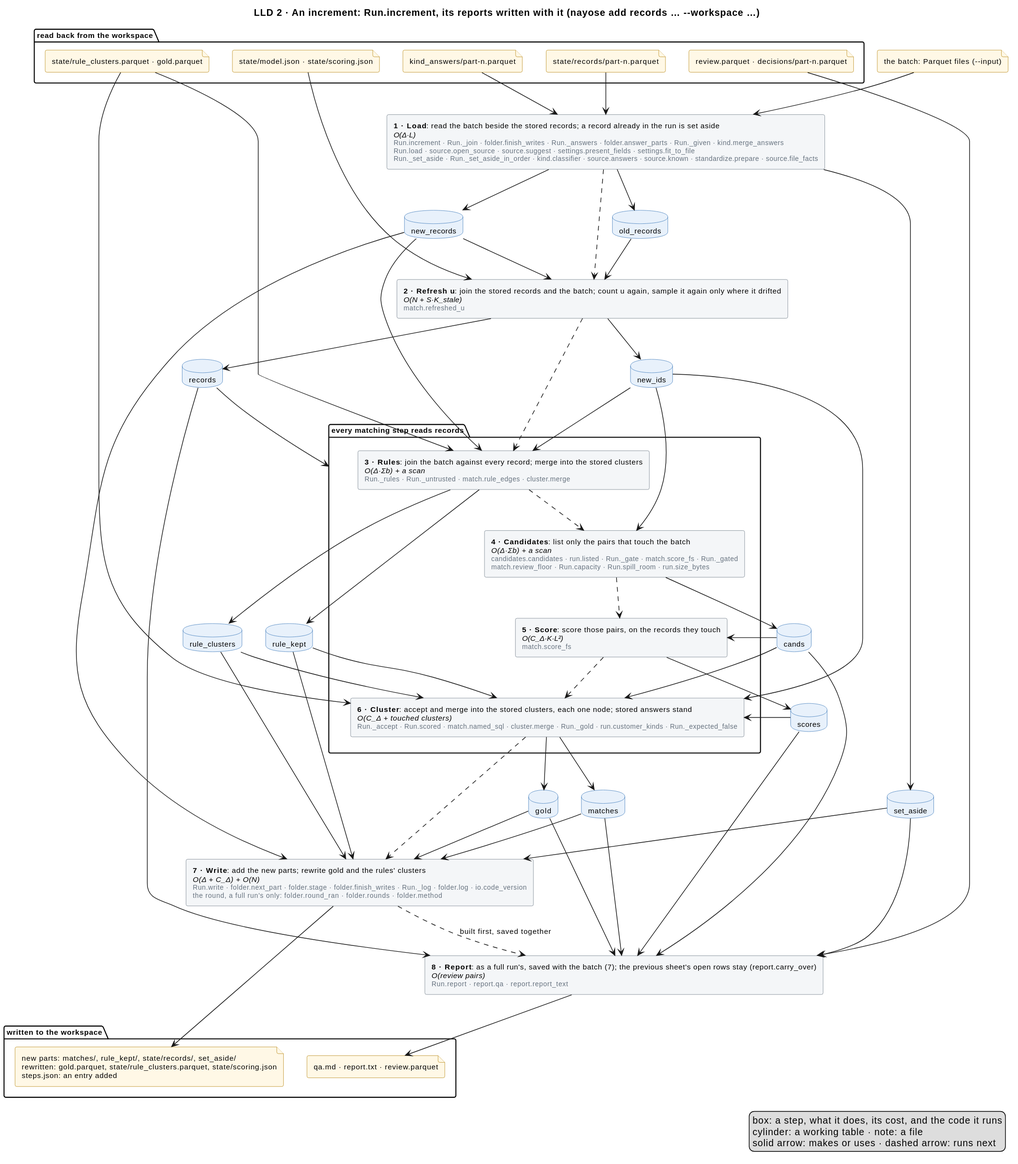
mvsbm/entity_matching keeps this PlantUML diagram as docs/diagrams/increment.svg. Above is the earlier version.
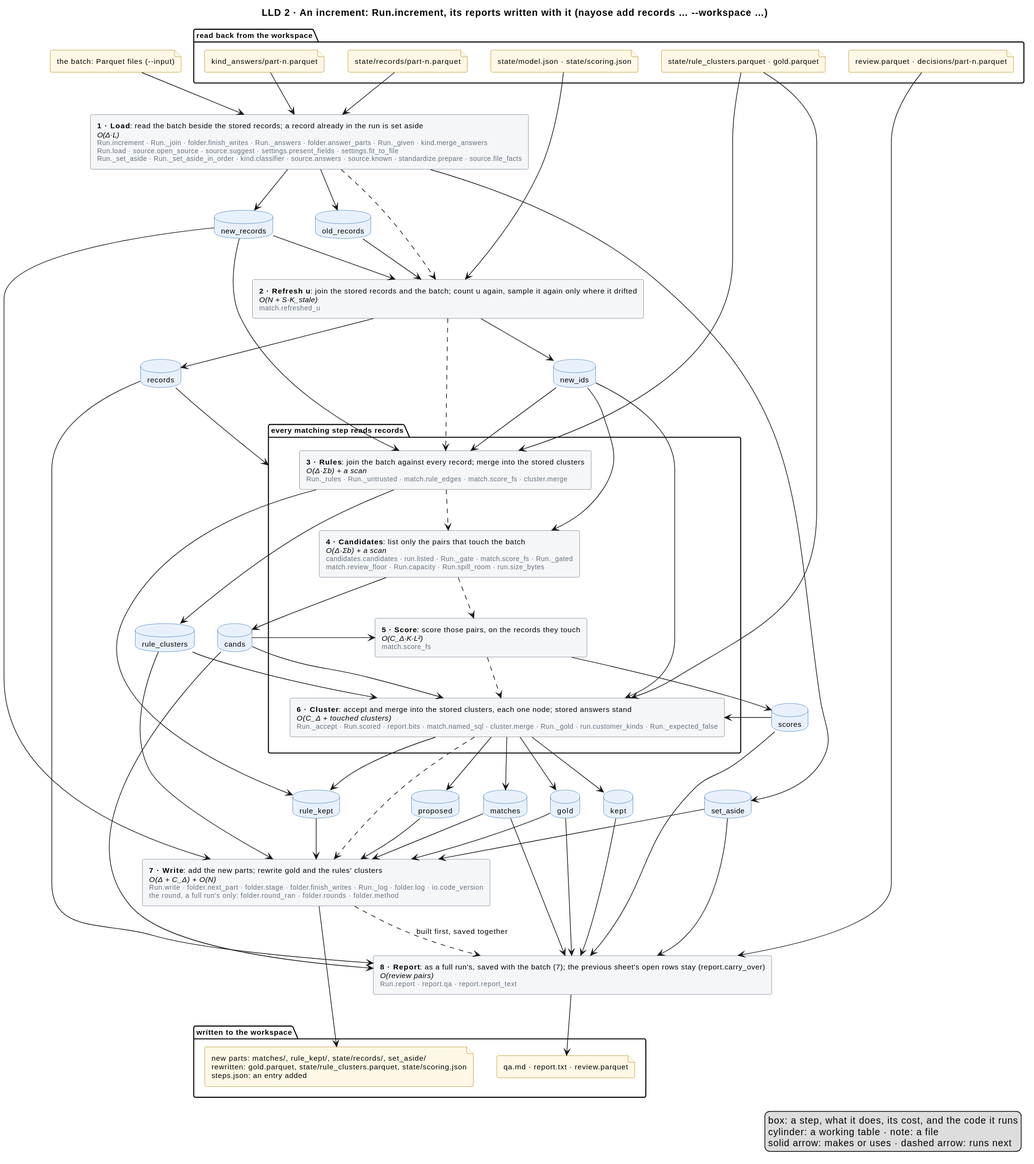
The same file after the commit.

Change to the diagram source:
```diff
@@ -27,10 +27,10 @@
 rectangle "<b>1 · Load</b>: read the batch beside the stored records; a record already in the run is set aside\n<i>O(Δ·L)</i>\n<size:10><color:#65717E>Run.increment · Run._join · folder.finish_writes · Run._answers · folder.answer_parts · Run._given · kind.merge_answers</color></size>\n<size:10><color:#65717E>Run.load · source.open_source · source.suggest · settings.present_fields · settings.fit_to_file</color></size>\n<size:10><color:#65717E>Run._set_aside · Run._set_aside_in_order · kind.classifier · source.answers · source.known · standardize.prepare · source.file_facts</color></size>" as load
 rectangle "<b>2 · Refresh u</b>: join the stored records and the batch; count u again, sample it again only where it drifted\n<i>O(N + S·K_stale)</i>\n<size:10><color:#65717E>match.refreshed_u</color></size>" as fit
 package "every matching step reads records" as matching {
-  rectangle "<b>3 · Rules</b>: join the batch against every record; merge into the stored clusters\n<i>O(Δ·Σb) + a scan</i>\n<size:10><color:#65717E>Run._rules · Run._untrusted · match.rule_edges · cluster.merge</color></size>" as rules
+  rectangle "<b>3 · Rules</b>: join the batch against every record; merge into the stored clusters\n<i>O(Δ·Σb) + a scan</i>\n<size:10><color:#65717E>Run._rules · Run._untrusted · match.rule_edges · match.score_fs · cluster.merge</color></size>" as rules
   rectangle "<b>4 · Candidates</b>: list only the pairs that touch the batch\n<i>O(Δ·Σb) + a scan</i>\n<size:10><color:#65717E>candidates.candidates · run.listed · Run._gate · match.score_fs · Run._gated</color></size>\n<size:10><color:#65717E>match.review_floor · Run.capacity · Run.spill_room · run.size_bytes</color></size>" as candidates
   rectangle "<b>5 · Score</b>: score those pairs, on the records they touch\n<i>O(C_Δ·K·L²)</i>\n<size:10><color:#65717E>match.score_fs</color></size>" as score
-  rectangle "<b>6 · Cluster</b>: accept and merge into the stored clusters, each one node; stored answers stand\n<i>O(C_Δ + touched clusters)</i>\n<size:10><color:#65717E>Run._accept · Run.scored · match.named_sql · cluster.merge · Run._gold · run.customer_kinds · Run._expected_false</color></size>" as cluster
+  rectangle "<b>6 · Cluster</b>: accept and merge into the stored clusters, each one node; stored answers stand\n<i>O(C_Δ + touched clusters)</i>\n<size:10><color:#65717E>Run._accept · Run.scored · report.bits · match.named_sql · cluster.merge · Run._gold · run.customer_kinds · Run._expected_false</color></size>" as cluster
 }
 rectangle "<b>7 · Write</b>: add the new parts; rewrite gold and the rules' clusters\n<i>O(Δ + C_Δ) + O(N)</i>\n<size:10><color:#65717E>Run.write · folder.next_part · folder.stage · folder.finish_writes · Run._log · folder.log · io.code_version</color></size>\n<size:10><color:#65717E>the round, a full run's only: folder.round_ran · folder.rounds · folder.method</color></size>" as write
 rectangle "<b>8 · Report</b>: as a full run's, saved with the batch (7); the previous sheet's open rows stay (report.carry_over)\n<i>O(review pairs)</i>\n<size:10><color:#65717E>Run.report · report.qa · report.report_text</color></size>" as report
@@ -44,6 +44,8 @@
 database "cands" as cands
 database "scores" as scores
 database "matches" as matches
+database "proposed" as proposed
+database "kept" as kept
 database "gold" as gold
 
 package "written to the workspace" {
@@ -85,10 +87,14 @@
 score --> scores
 new_ids --> cluster
 rule_clusters --> cluster
-rule_kept --> cluster
 cands --> cluster
 scores --> cluster
 cluster --> matches
+cluster --> proposed
+cluster --> kept
+cluster --> rule_kept
+kept --> report
+proposed --> write
 cluster --> gold
 new_records --> write
 rule_clusters --> write
```
